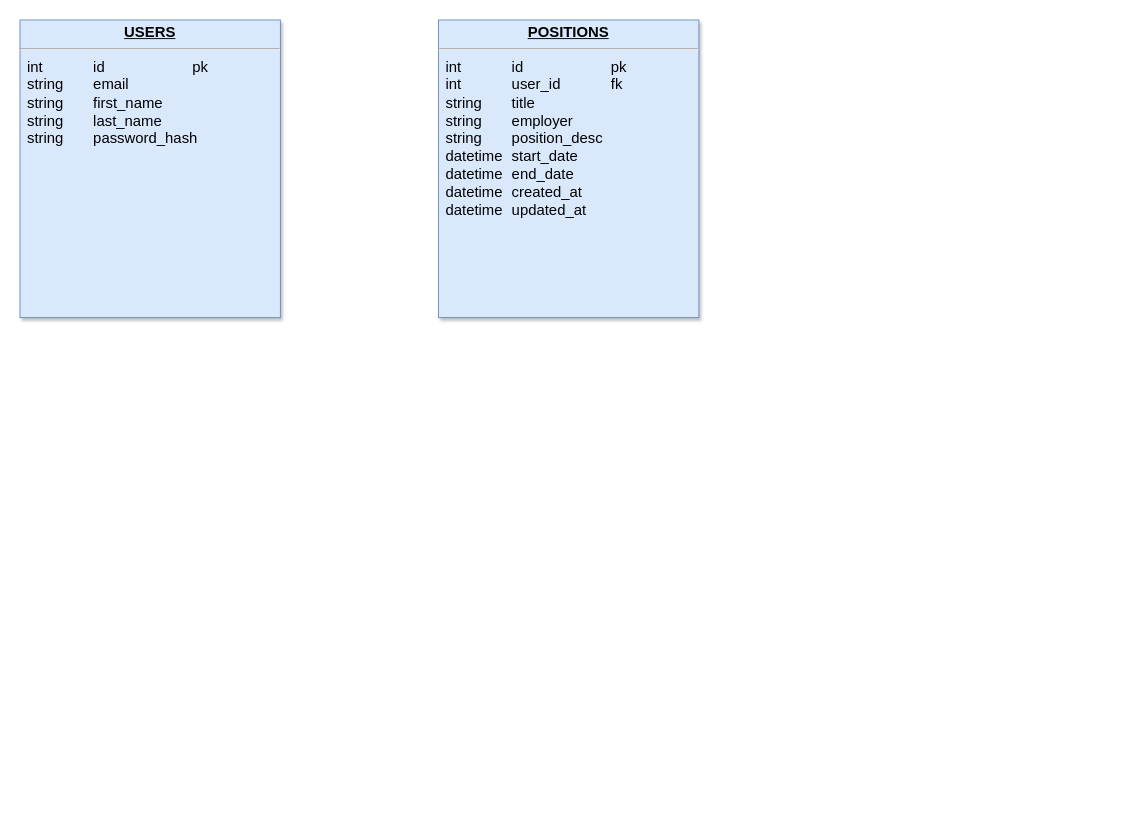
The draw.io diagram Untitled Diagram.drawio in weldon0405/database_schemas, before the edit. Source tidied: cells renumbered, new cells numbered last; positions are measured from the earlier drawing's top-left corner, leaving out a move shared by most shapes. Both pictures are drawn from the tidied source at 93%, with x=0, y=0 at pixel (20, 20).
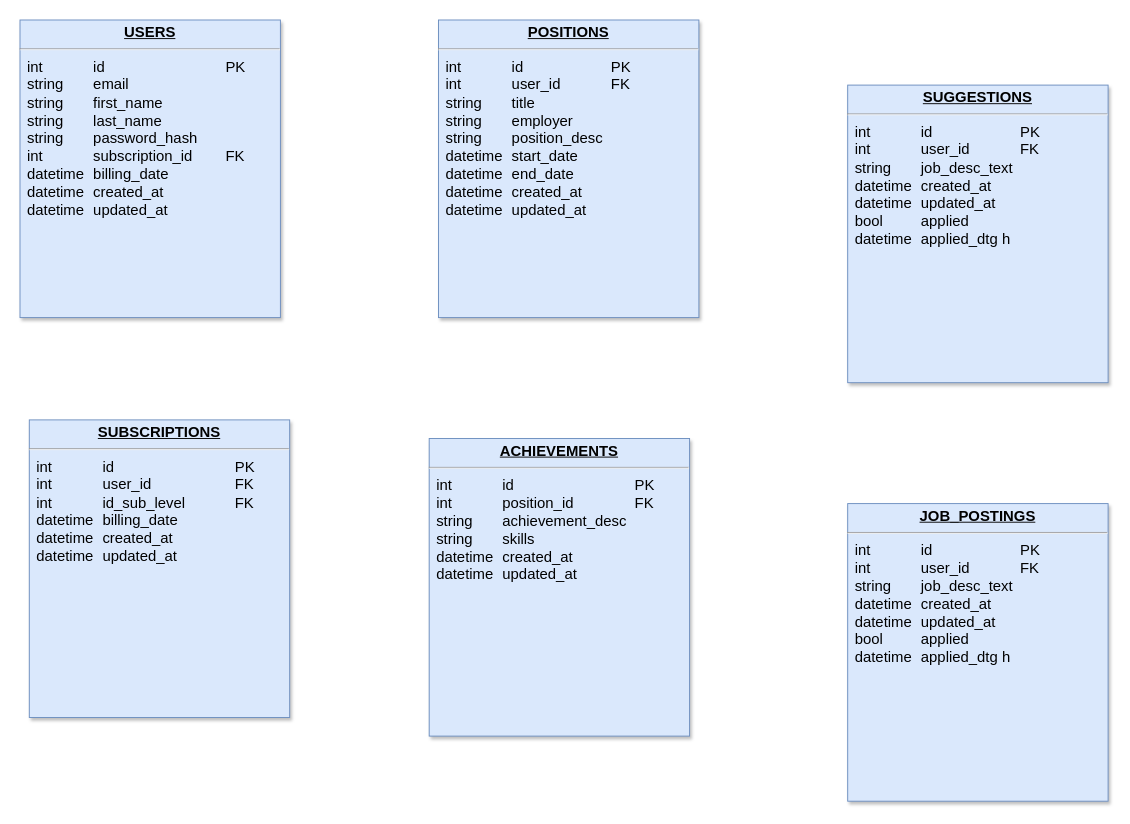
The same page after the edit.

Commit message:
WORKING ON DIAGRAM

The edit, as a diff of the source:
```diff
@@
 <mxGraphModel>
   <root>
     <mxCell id="0" />
     <mxCell id="1" parent="0" />
-    <mxCell id="2" value="&lt;p style=&quot;margin: 0px; margin-top: 4px; text-align: center; text-decoration: underline;&quot;&gt;&lt;strong&gt;POSITIONS&lt;/strong&gt;&lt;/p&gt;&lt;hr&gt;&lt;p style=&quot;margin: 0px; margin-left: 8px;&quot;&gt;int&lt;span style=&quot;white-space: pre;&quot;&gt;&#9;&lt;span style=&quot;white-space: pre;&quot;&gt;&#9;&lt;/span&gt;&lt;/span&gt;id&lt;span style=&quot;white-space: pre;&quot;&gt;&#9;&lt;span style=&quot;white-space: pre;&quot;&gt;&#9;&lt;span style=&quot;white-space: pre;&quot;&gt;&#9;&lt;/span&gt;&lt;/span&gt;&lt;/span&gt;pk&lt;/p&gt;&lt;p style=&quot;margin: 0px; margin-left: 8px;&quot;&gt;int &lt;span style=&quot;white-space: pre;&quot;&gt;&#9;&lt;span style=&quot;white-space: pre;&quot;&gt;&#9;&lt;/span&gt;&lt;/span&gt;user_id&lt;span style=&quot;white-space: pre;&quot;&gt;&#9;&lt;span style=&quot;white-space: pre;&quot;&gt;&#9;&lt;/span&gt;&lt;/span&gt;fk&lt;/p&gt;&lt;p style=&quot;margin: 0px; margin-left: 8px;&quot;&gt;string&lt;span style=&quot;white-space: pre;&quot;&gt;&#9;&lt;/span&gt;title&lt;span style=&quot;white-space: pre;&quot;&gt;&#9;&lt;/span&gt;&lt;/p&gt;&lt;p style=&quot;margin: 0px; margin-left: 8px;&quot;&gt;string&lt;span style=&quot;white-space: pre;&quot;&gt;&#9;&lt;/span&gt;employer&lt;/p&gt;&lt;p style=&quot;margin: 0px; margin-left: 8px;&quot;&gt;string &lt;span style=&quot;white-space: pre;&quot;&gt;&#9;&lt;/span&gt;position_desc&lt;/p&gt;&lt;p style=&quot;margin: 0px; margin-left: 8px;&quot;&gt;datetime&lt;span style=&quot;white-space: pre;&quot;&gt;&#9;&lt;/span&gt;start_date&lt;/p&gt;&lt;p style=&quot;margin: 0px; margin-left: 8px;&quot;&gt;datetime&lt;span style=&quot;white-space: pre;&quot;&gt;&#9;&lt;/span&gt;end_date&lt;/p&gt;&lt;p style=&quot;margin: 0px; margin-left: 8px;&quot;&gt;datetime &lt;span style=&quot;white-space: pre;&quot;&gt;&#9;&lt;/span&gt;created_at&lt;/p&gt;&lt;p style=&quot;margin: 0px; margin-left: 8px;&quot;&gt;datetime &lt;span style=&quot;white-space: pre;&quot;&gt;&#9;&lt;/span&gt;updated_at&lt;/p&gt;" style="verticalAlign=top;align=left;overflow=fill;fontSize=16;fontFamily=Helvetica;html=1;shadow=1;fillColor=#dae8fc;strokeColor=#6c8ebf;" parent="1" vertex="1">
+    <mxCell id="2" value="&lt;p style=&quot;margin: 0px; margin-top: 4px; text-align: center; text-decoration: underline;&quot;&gt;&lt;strong&gt;POSITIONS&lt;/strong&gt;&lt;/p&gt;&lt;hr&gt;&lt;p style=&quot;margin: 0px; margin-left: 8px;&quot;&gt;int&lt;span style=&quot;white-space: pre;&quot;&gt;&#9;&lt;span style=&quot;white-space: pre;&quot;&gt;&#9;&lt;/span&gt;&lt;/span&gt;id&lt;span style=&quot;white-space: pre;&quot;&gt;&#9;&lt;span style=&quot;white-space: pre;&quot;&gt;&#9;&lt;span style=&quot;white-space: pre;&quot;&gt;&#9;&lt;/span&gt;P&lt;/span&gt;K&lt;/span&gt;&lt;/p&gt;&lt;p style=&quot;margin: 0px; margin-left: 8px;&quot;&gt;int &lt;span style=&quot;white-space: pre;&quot;&gt;&#9;&lt;span style=&quot;white-space: pre;&quot;&gt;&#9;&lt;/span&gt;&lt;/span&gt;user_id&lt;span style=&quot;white-space: pre;&quot;&gt;&#9;&lt;span style=&quot;white-space: pre;&quot;&gt;&#9;&lt;/span&gt;F&lt;/span&gt;K&lt;/p&gt;&lt;p style=&quot;margin: 0px; margin-left: 8px;&quot;&gt;string&lt;span style=&quot;white-space: pre;&quot;&gt;&#9;&lt;/span&gt;title&lt;span style=&quot;white-space: pre;&quot;&gt;&#9;&lt;/span&gt;&lt;/p&gt;&lt;p style=&quot;margin: 0px; margin-left: 8px;&quot;&gt;string&lt;span style=&quot;white-space: pre;&quot;&gt;&#9;&lt;/span&gt;employer&lt;/p&gt;&lt;p style=&quot;margin: 0px; margin-left: 8px;&quot;&gt;string &lt;span style=&quot;white-space: pre;&quot;&gt;&#9;&lt;/span&gt;position_desc&lt;/p&gt;&lt;p style=&quot;margin: 0px; margin-left: 8px;&quot;&gt;datetime&lt;span style=&quot;white-space: pre;&quot;&gt;&#9;&lt;/span&gt;start_date&lt;/p&gt;&lt;p style=&quot;margin: 0px; margin-left: 8px;&quot;&gt;datetime&lt;span style=&quot;white-space: pre;&quot;&gt;&#9;&lt;/span&gt;end_date&lt;/p&gt;&lt;p style=&quot;margin: 0px; margin-left: 8px;&quot;&gt;datetime &lt;span style=&quot;white-space: pre;&quot;&gt;&#9;&lt;/span&gt;created_at&lt;/p&gt;&lt;p style=&quot;margin: 0px; margin-left: 8px;&quot;&gt;datetime &lt;span style=&quot;white-space: pre;&quot;&gt;&#9;&lt;/span&gt;updated_at&lt;/p&gt;" style="verticalAlign=top;align=left;overflow=fill;fontSize=16;fontFamily=Helvetica;html=1;shadow=1;fillColor=#dae8fc;strokeColor=#6c8ebf;" parent="1" vertex="1">
       <mxGeometry x="450" width="280" height="320" as="geometry" />
     </mxCell>
-    <mxCell id="3" value="&lt;p style=&quot;margin: 0px; margin-top: 4px; text-align: center; text-decoration: underline;&quot;&gt;&lt;strong&gt;USERS&lt;/strong&gt;&lt;/p&gt;&lt;hr&gt;&lt;p style=&quot;margin: 0px; margin-left: 8px;&quot;&gt;int&lt;span style=&quot;white-space: pre;&quot;&gt;&#9;&lt;span style=&quot;white-space: pre;&quot;&gt;&#9;&lt;/span&gt;&lt;/span&gt;id&lt;span style=&quot;white-space: pre;&quot;&gt;&#9;&lt;span style=&quot;white-space: pre;&quot;&gt;&#9;&lt;span style=&quot;white-space: pre;&quot;&gt;&#9;&lt;/span&gt;&lt;/span&gt;&lt;/span&gt;pk&lt;/p&gt;&lt;p style=&quot;margin: 0px; margin-left: 8px;&quot;&gt;string&lt;span style=&quot;white-space: pre;&quot;&gt;&#9;&lt;/span&gt;email&lt;/p&gt;&lt;p style=&quot;margin: 0px; margin-left: 8px;&quot;&gt;string&lt;span style=&quot;white-space: pre;&quot;&gt;&#9;&lt;/span&gt;first_name&lt;/p&gt;&lt;p style=&quot;margin: 0px; margin-left: 8px;&quot;&gt;string &lt;span style=&quot;white-space: pre;&quot;&gt;&#9;&lt;/span&gt;last_name&lt;/p&gt;&lt;p style=&quot;margin: 0px; margin-left: 8px;&quot;&gt;string&lt;span style=&quot;white-space: pre;&quot;&gt;&#9;&lt;/span&gt;password_hash&lt;/p&gt;&lt;p style=&quot;margin: 0px; margin-left: 8px;&quot;&gt;&lt;br&gt;&lt;/p&gt;" style="verticalAlign=top;align=left;overflow=fill;fontSize=16;fontFamily=Helvetica;html=1;shadow=1;fillColor=#dae8fc;strokeColor=#6c8ebf;" parent="1" vertex="1">
+    <mxCell id="3" value="&lt;p style=&quot;margin: 0px; margin-top: 4px; text-align: center; text-decoration: underline;&quot;&gt;&lt;strong&gt;USERS&lt;/strong&gt;&lt;/p&gt;&lt;hr&gt;&lt;p style=&quot;margin: 0px; margin-left: 8px;&quot;&gt;int&lt;span style=&quot;white-space: pre;&quot;&gt;&#9;&lt;span style=&quot;white-space: pre;&quot;&gt;&#9;&lt;/span&gt;&lt;/span&gt;id&lt;span style=&quot;white-space: pre;&quot;&gt;&#9;&lt;span style=&quot;white-space: pre;&quot;&gt;&#9;&lt;span style=&quot;white-space: pre;&quot;&gt;&#9;&lt;span style=&quot;white-space: pre;&quot;&gt;&#9;&lt;/span&gt;P&lt;/span&gt;K&lt;/span&gt;&lt;/span&gt;&lt;/p&gt;&lt;p style=&quot;margin: 0px; margin-left: 8px;&quot;&gt;string&lt;span style=&quot;white-space: pre;&quot;&gt;&#9;&lt;/span&gt;email&lt;/p&gt;&lt;p style=&quot;margin: 0px; margin-left: 8px;&quot;&gt;string&lt;span style=&quot;white-space: pre;&quot;&gt;&#9;&lt;/span&gt;first_name&lt;/p&gt;&lt;p style=&quot;margin: 0px; margin-left: 8px;&quot;&gt;string &lt;span style=&quot;white-space: pre;&quot;&gt;&#9;&lt;/span&gt;last_name&lt;/p&gt;&lt;p style=&quot;margin: 0px; margin-left: 8px;&quot;&gt;string&lt;span style=&quot;white-space: pre;&quot;&gt;&#9;&lt;/span&gt;password_hash&lt;/p&gt;&lt;p style=&quot;margin: 0px; margin-left: 8px;&quot;&gt;int&lt;span style=&quot;white-space: pre;&quot;&gt;&#9;&lt;/span&gt;&lt;span style=&quot;white-space: pre;&quot;&gt;&#9;&lt;/span&gt;subscription_id&lt;span style=&quot;white-space: pre;&quot;&gt;&#9;&lt;/span&gt;FK&lt;/p&gt;&lt;p style=&quot;margin: 0px; margin-left: 8px;&quot;&gt;datetime&lt;span style=&quot;white-space: pre;&quot;&gt;&#9;&lt;/span&gt;billing_date&lt;/p&gt;&lt;p style=&quot;margin: 0px; margin-left: 8px;&quot;&gt;datetime&lt;span style=&quot;white-space: pre;&quot;&gt;&#9;&lt;/span&gt;created_at&lt;/p&gt;&lt;p style=&quot;margin: 0px; margin-left: 8px;&quot;&gt;datetime&lt;span style=&quot;white-space: pre;&quot;&gt;&#9;&lt;/span&gt;updated_at&lt;/p&gt;" style="verticalAlign=top;align=left;overflow=fill;fontSize=16;fontFamily=Helvetica;html=1;shadow=1;fillColor=#dae8fc;strokeColor=#6c8ebf;" parent="1" vertex="1">
       <mxGeometry width="280" height="320" as="geometry" />
     </mxCell>
+    <mxCell id="4" value="&lt;p style=&quot;margin: 0px; margin-top: 4px; text-align: center; text-decoration: underline;&quot;&gt;&lt;strong&gt;SUBSCRIPTIONS&lt;/strong&gt;&lt;/p&gt;&lt;hr&gt;&lt;p style=&quot;margin: 0px; margin-left: 8px;&quot;&gt;int&lt;span style=&quot;white-space: pre;&quot;&gt;&#9;&lt;span style=&quot;white-space: pre;&quot;&gt;&#9;&lt;/span&gt;&lt;/span&gt;id&lt;span style=&quot;white-space: pre;&quot;&gt;&#9;&lt;span style=&quot;white-space: pre;&quot;&gt;&#9;&lt;span style=&quot;white-space: pre;&quot;&gt;&#9;&lt;span style=&quot;white-space: pre;&quot;&gt;&#9;&lt;/span&gt;P&lt;/span&gt;K&lt;/span&gt;&lt;/span&gt;&lt;/p&gt;&lt;p style=&quot;margin: 0px; margin-left: 8px;&quot;&gt;int&lt;span style=&quot;white-space: pre;&quot;&gt;&#9;&lt;/span&gt;&lt;span style=&quot;white-space: pre;&quot;&gt;&#9;&lt;/span&gt;user_id&lt;span style=&quot;white-space: pre;&quot;&gt;&#9;&lt;/span&gt;&lt;span style=&quot;white-space: pre;&quot;&gt;&#9;&lt;/span&gt;&lt;span style=&quot;white-space: pre;&quot;&gt;&#9;&lt;/span&gt;FK&lt;/p&gt;&lt;p style=&quot;margin: 0px; margin-left: 8px;&quot;&gt;int&lt;span style=&quot;white-space: pre;&quot;&gt;&#9;&lt;/span&gt;&lt;span style=&quot;white-space: pre;&quot;&gt;&#9;&lt;/span&gt;id_sub_level&lt;span style=&quot;white-space: pre;&quot;&gt;&#9;&lt;span style=&quot;white-space: pre;&quot;&gt;&#9;&lt;/span&gt;F&lt;/span&gt;K&lt;/p&gt;&lt;p style=&quot;margin: 0px; margin-left: 8px;&quot;&gt;datetime&lt;span style=&quot;white-space: pre;&quot;&gt;&#9;&lt;/span&gt;billing_date&lt;/p&gt;&lt;p style=&quot;margin: 0px 0px 0px 8px;&quot;&gt;datetime&lt;span style=&quot;white-space-collapse: preserve;&quot;&gt;&#9;&lt;/span&gt;created_at&lt;/p&gt;&lt;p style=&quot;margin: 0px 0px 0px 8px;&quot;&gt;datetime&lt;span style=&quot;white-space-collapse: preserve;&quot;&gt;&#9;&lt;/span&gt;updated_at&lt;/p&gt;" style="verticalAlign=top;align=left;overflow=fill;fontSize=16;fontFamily=Helvetica;html=1;shadow=1;fillColor=#dae8fc;strokeColor=#6c8ebf;" parent="1" vertex="1">
+      <mxGeometry x="10" y="430" width="280" height="320" as="geometry" />
+    </mxCell>
+    <mxCell id="5" value="&lt;p style=&quot;margin: 0px; margin-top: 4px; text-align: center; text-decoration: underline;&quot;&gt;&lt;b&gt;ACHIEVEMENTS&lt;/b&gt;&lt;/p&gt;&lt;hr&gt;&lt;p style=&quot;margin: 0px; margin-left: 8px;&quot;&gt;int &lt;span style=&quot;white-space-collapse: preserve;&quot;&gt;&#9;&#9;&lt;/span&gt;id &lt;span style=&quot;white-space-collapse: preserve;&quot;&gt;&#9;&#9;&#9;&#9;&lt;/span&gt;PK&lt;/p&gt;&lt;p style=&quot;margin: 0px; margin-left: 8px;&quot;&gt;int &lt;span style=&quot;white-space-collapse: preserve;&quot;&gt;&#9;&#9;&lt;/span&gt;position_id &lt;span style=&quot;white-space-collapse: preserve;&quot;&gt;&#9;&#9;&lt;/span&gt;FK&lt;/p&gt;&lt;p style=&quot;margin: 0px; margin-left: 8px;&quot;&gt;string &lt;span style=&quot;white-space-collapse: preserve;&quot;&gt;&#9;&lt;/span&gt;achievement_desc&lt;/p&gt;&lt;p style=&quot;margin: 0px; margin-left: 8px;&quot;&gt;string &lt;span style=&quot;white-space-collapse: preserve;&quot;&gt;&#9;&lt;/span&gt;skills&lt;/p&gt;&lt;p style=&quot;margin: 0px; margin-left: 8px;&quot;&gt;datetime &lt;span style=&quot;white-space-collapse: preserve;&quot;&gt;&#9;&lt;/span&gt;created_at&lt;/p&gt;&lt;p style=&quot;margin: 0px; margin-left: 8px;&quot;&gt;datetime &lt;span style=&quot;white-space-collapse: preserve;&quot;&gt;&#9;&lt;/span&gt;updated_at&lt;/p&gt;" style="verticalAlign=top;align=left;overflow=fill;fontSize=16;fontFamily=Helvetica;html=1;shadow=1;fillColor=#dae8fc;strokeColor=#6c8ebf;" parent="1" vertex="1">
+      <mxGeometry x="440" y="450" width="280" height="320" as="geometry" />
+    </mxCell>
+    <mxCell id="6" value="&lt;p style=&quot;margin: 0px; margin-top: 4px; text-align: center; text-decoration: underline;&quot;&gt;&lt;b&gt;JOB_POSTINGS&lt;/b&gt;&lt;/p&gt;&lt;hr&gt;&lt;p style=&quot;margin: 0px; margin-left: 8px;&quot;&gt;int &lt;span style=&quot;white-space-collapse: preserve;&quot;&gt;&#9;&#9;&lt;/span&gt;id &lt;span style=&quot;white-space-collapse: preserve;&quot;&gt;&#9;&#9;&#9;&lt;/span&gt;PK&lt;/p&gt;&lt;p style=&quot;margin: 0px; margin-left: 8px;&quot;&gt;&lt;span style=&quot;background-color: transparent; color: light-dark(rgb(0, 0, 0), rgb(255, 255, 255));&quot;&gt;int &lt;span style=&quot;white-space: pre;&quot;&gt;&#9;&lt;/span&gt;&lt;span style=&quot;white-space: pre;&quot;&gt;&#9;&lt;/span&gt;user_id &lt;span style=&quot;white-space: pre;&quot;&gt;&#9;&lt;/span&gt;&lt;span style=&quot;white-space: pre;&quot;&gt;&#9;&lt;/span&gt;FK&lt;/span&gt;&lt;/p&gt;&lt;p style=&quot;margin: 0px; margin-left: 8px;&quot;&gt;string&lt;span style=&quot;white-space: pre;&quot;&gt;&#9;&lt;/span&gt;job_desc_text&lt;/p&gt;&lt;p style=&quot;margin: 0px; margin-left: 8px;&quot;&gt;datetime &lt;span style=&quot;white-space: pre;&quot;&gt;&#9;&lt;/span&gt;created_at&lt;/p&gt;&lt;p style=&quot;margin: 0px; margin-left: 8px;&quot;&gt;datetime &lt;span style=&quot;white-space: pre;&quot;&gt;&#9;&lt;/span&gt;updated_at&lt;/p&gt;&lt;p style=&quot;margin: 0px; margin-left: 8px;&quot;&gt;bool&lt;span style=&quot;white-space: pre;&quot;&gt;&#9;&lt;/span&gt;&lt;span style=&quot;white-space: pre;&quot;&gt;&#9;&lt;/span&gt;applied&lt;/p&gt;&lt;p style=&quot;margin: 0px; margin-left: 8px;&quot;&gt;datetime&lt;span style=&quot;white-space: pre;&quot;&gt;&#9;&lt;/span&gt;applied_dtg h&lt;/p&gt;" style="verticalAlign=top;align=left;overflow=fill;fontSize=16;fontFamily=Helvetica;html=1;shadow=1;fillColor=#dae8fc;strokeColor=#6c8ebf;" parent="1" vertex="1">
+      <mxGeometry x="890" y="520" width="280" height="320" as="geometry" />
+    </mxCell>
+    <mxCell id="7" value="&lt;p style=&quot;margin: 0px; margin-top: 4px; text-align: center; text-decoration: underline;&quot;&gt;&lt;b&gt;SUGGESTIONS&lt;/b&gt;&lt;/p&gt;&lt;hr&gt;&lt;p style=&quot;margin: 0px; margin-left: 8px;&quot;&gt;int &lt;span style=&quot;white-space-collapse: preserve;&quot;&gt;&#9;&#9;&lt;/span&gt;id &lt;span style=&quot;white-space-collapse: preserve;&quot;&gt;&#9;&#9;&#9;&lt;/span&gt;PK&lt;/p&gt;&lt;p style=&quot;margin: 0px; margin-left: 8px;&quot;&gt;&lt;span style=&quot;background-color: transparent; color: light-dark(rgb(0, 0, 0), rgb(255, 255, 255));&quot;&gt;int &lt;span style=&quot;white-space: pre;&quot;&gt;&#9;&lt;/span&gt;&lt;span style=&quot;white-space: pre;&quot;&gt;&#9;&lt;/span&gt;user_id &lt;span style=&quot;white-space: pre;&quot;&gt;&#9;&lt;/span&gt;&lt;span style=&quot;white-space: pre;&quot;&gt;&#9;&lt;/span&gt;FK&lt;/span&gt;&lt;/p&gt;&lt;p style=&quot;margin: 0px; margin-left: 8px;&quot;&gt;string&lt;span style=&quot;white-space: pre;&quot;&gt;&#9;&lt;/span&gt;job_desc_text&lt;/p&gt;&lt;p style=&quot;margin: 0px; margin-left: 8px;&quot;&gt;datetime &lt;span style=&quot;white-space: pre;&quot;&gt;&#9;&lt;/span&gt;created_at&lt;/p&gt;&lt;p style=&quot;margin: 0px; margin-left: 8px;&quot;&gt;datetime &lt;span style=&quot;white-space: pre;&quot;&gt;&#9;&lt;/span&gt;updated_at&lt;/p&gt;&lt;p style=&quot;margin: 0px; margin-left: 8px;&quot;&gt;bool&lt;span style=&quot;white-space: pre;&quot;&gt;&#9;&lt;/span&gt;&lt;span style=&quot;white-space: pre;&quot;&gt;&#9;&lt;/span&gt;applied&lt;/p&gt;&lt;p style=&quot;margin: 0px; margin-left: 8px;&quot;&gt;datetime&lt;span style=&quot;white-space: pre;&quot;&gt;&#9;&lt;/span&gt;applied_dtg h&lt;/p&gt;" style="verticalAlign=top;align=left;overflow=fill;fontSize=16;fontFamily=Helvetica;html=1;shadow=1;fillColor=#dae8fc;strokeColor=#6c8ebf;" parent="1" vertex="1">
+      <mxGeometry x="890" y="70" width="280" height="320" as="geometry" />
+    </mxCell>
   </root>
 </mxGraphModel>
```
